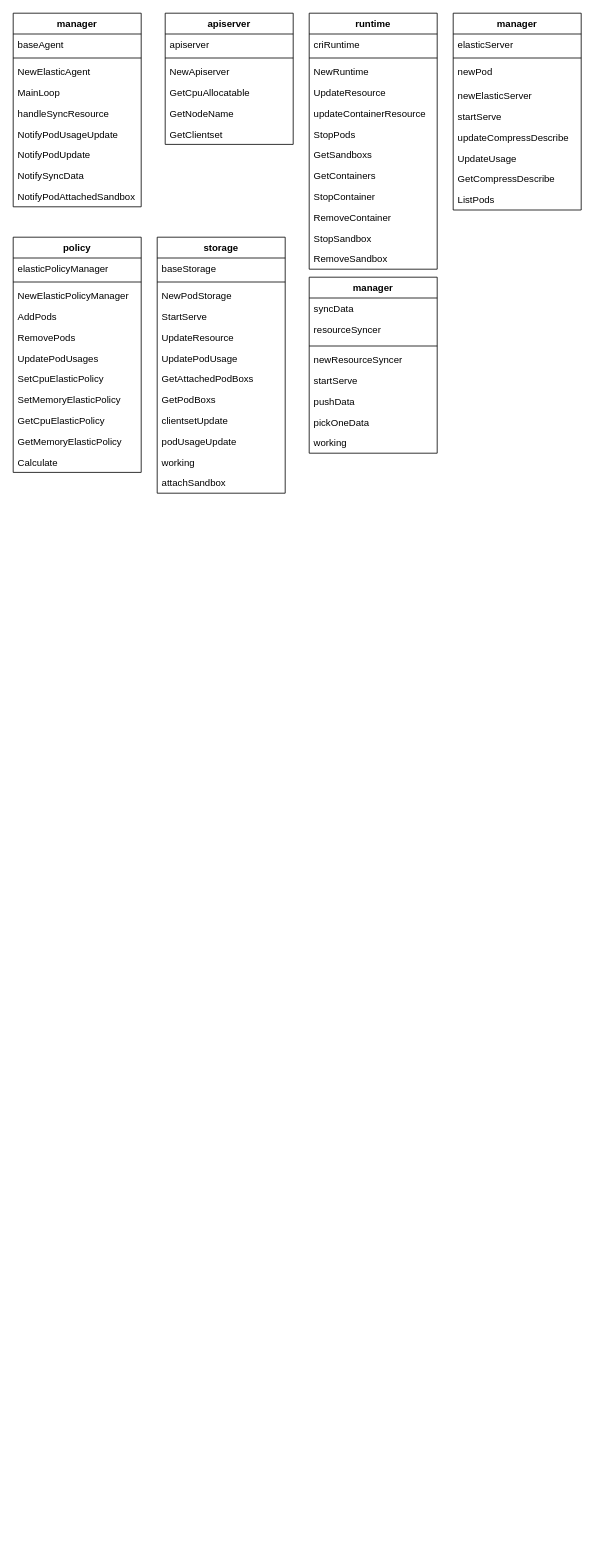
This is page "interface and class" (1 of 2) of Untitled Diagram.drawio from gaojunhao/diagrams, a draw.io file, before an edit. Source tidied: cells renumbered, new cells numbered last; positions are measured from the earlier drawing's top-left corner, leaving out a move shared by most shapes. Both pictures are drawn from the tidied source at 80%, with x=0, y=0 at pixel (13, 13).
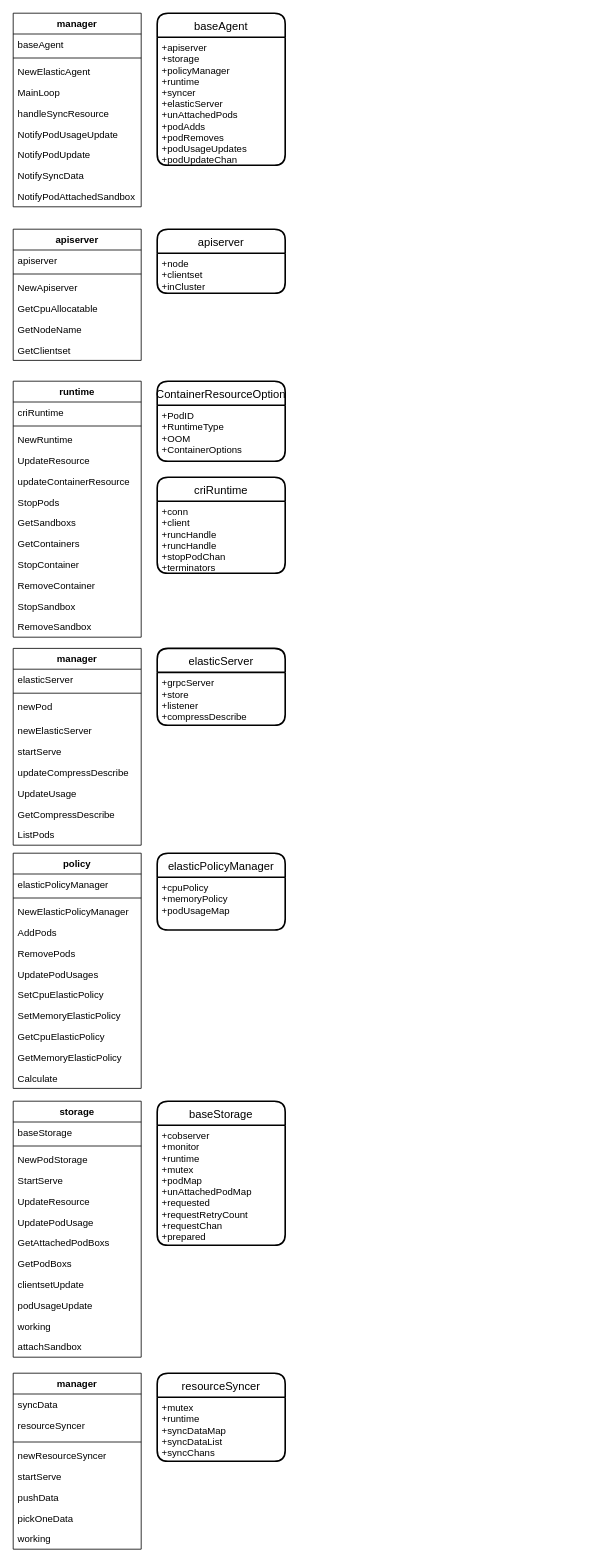
Above is the later version.

The edit, as a diff of the source:
```diff
@@
     <mxCell id="12" value="apiserver" style="swimlane;fontStyle=1;align=center;verticalAlign=top;horizontal=1;startSize=26;" parent="1" vertex="1">
-      <mxGeometry x="190" width="160" height="164" as="geometry" />
+      <mxGeometry y="270" width="160" height="164" as="geometry" />
     </mxCell>
@@
     <mxCell id="19" value="runtime" style="swimlane;fontStyle=1;align=center;verticalAlign=top;horizontal=1;startSize=26;" parent="1" vertex="1">
-      <mxGeometry x="370" width="160" height="320" as="geometry" />
+      <mxGeometry y="460" width="160" height="320" as="geometry" />
     </mxCell>
@@
     <mxCell id="32" value="policy" style="swimlane;fontStyle=1;align=center;verticalAlign=top;horizontal=1;startSize=26;" parent="1" vertex="1">
-      <mxGeometry y="280" width="160" height="294" as="geometry" />
+      <mxGeometry y="1050" width="160" height="294" as="geometry" />
     </mxCell>
@@
     <mxCell id="44" value="storage" style="swimlane;fontStyle=1;align=center;verticalAlign=top;horizontal=1;startSize=26;" parent="1" vertex="1">
-      <mxGeometry x="180" y="280" width="160" height="320" as="geometry" />
+      <mxGeometry y="1360" width="160" height="320" as="geometry" />
     </mxCell>
@@
     <mxCell id="57" value="manager" style="swimlane;fontStyle=1;align=center;verticalAlign=top;horizontal=1;startSize=26;" parent="1" vertex="1">
-      <mxGeometry x="550" width="160" height="246" as="geometry" />
+      <mxGeometry y="794" width="160" height="246" as="geometry" />
     </mxCell>
@@
     <mxCell id="67" value="manager" style="swimlane;fontStyle=1;align=center;verticalAlign=top;horizontal=1;startSize=26;" parent="1" vertex="1">
-      <mxGeometry x="370" y="330" width="160" height="220" as="geometry" />
+      <mxGeometry y="1700" width="160" height="220" as="geometry" />
     </mxCell>
@@
+    <mxCell id="76" value="baseAgent" style="swimlane;horizontal=1;startSize=30;rounded=1;fontSize=14;fontStyle=0;strokeWidth=2;shadow=0;dashed=0;align=center;" parent="1" vertex="1">
+      <mxGeometry x="180" width="160" height="190" as="geometry" />
+    </mxCell>
+    <mxCell id="77" value="+apiserver&#10;+storage&#10;+policyManager&#10;+runtime&#10;+syncer&#10;+elasticServer&#10;+unAttachedPods&#10;+podAdds&#10;+podRemoves&#10;+podUsageUpdates&#10;+podUpdateChan" style="align=left;strokeColor=none;fillColor=none;spacingLeft=4;fontSize=12;verticalAlign=top;" parent="76" vertex="1">
+      <mxGeometry y="30" width="160" height="160" as="geometry" />
+    </mxCell>
+    <mxCell id="78" value="apiserver" style="swimlane;horizontal=1;startSize=30;rounded=1;fontSize=14;fontStyle=0;strokeWidth=2;shadow=0;dashed=0;align=center;" parent="1" vertex="1">
+      <mxGeometry x="180" y="270" width="160" height="80" as="geometry" />
+    </mxCell>
+    <mxCell id="79" value="+node&#10;+clientset&#10;+inCluster" style="align=left;strokeColor=none;fillColor=none;spacingLeft=4;fontSize=12;verticalAlign=top;" parent="78" vertex="1">
+      <mxGeometry y="30" width="160" height="50" as="geometry" />
+    </mxCell>
+    <mxCell id="80" value="ContainerResourceOption" style="swimlane;horizontal=1;startSize=30;rounded=1;fontSize=14;fontStyle=0;strokeWidth=2;shadow=0;dashed=0;align=center;" parent="1" vertex="1">
+      <mxGeometry x="180" y="460" width="160" height="100" as="geometry" />
+    </mxCell>
+    <mxCell id="81" value="+PodID&#10;+RuntimeType&#10;+OOM&#10;+ContainerOptions" style="align=left;strokeColor=none;fillColor=none;spacingLeft=4;fontSize=12;verticalAlign=top;" parent="80" vertex="1">
+      <mxGeometry y="30" width="160" height="70" as="geometry" />
+    </mxCell>
+    <mxCell id="82" value="criRuntime" style="swimlane;horizontal=1;startSize=30;rounded=1;fontSize=14;fontStyle=0;strokeWidth=2;shadow=0;dashed=0;align=center;" parent="1" vertex="1">
+      <mxGeometry x="180" y="580" width="160" height="120" as="geometry" />
+    </mxCell>
+    <mxCell id="83" value="+conn&#10;+client&#10;+runcHandle&#10;+runcHandle&#10;+stopPodChan&#10;+terminators" style="align=left;strokeColor=none;fillColor=none;spacingLeft=4;fontSize=12;verticalAlign=top;" parent="82" vertex="1">
+      <mxGeometry y="30" width="160" height="90" as="geometry" />
+    </mxCell>
+    <mxCell id="84" value="elasticServer" style="swimlane;horizontal=1;startSize=30;rounded=1;fontSize=14;fontStyle=0;strokeWidth=2;shadow=0;dashed=0;align=center;" parent="1" vertex="1">
+      <mxGeometry x="180" y="794" width="160" height="96" as="geometry" />
+    </mxCell>
+    <mxCell id="85" value="+grpcServer&#10;+store&#10;+listener&#10;+compressDescribe" style="align=left;strokeColor=none;fillColor=none;spacingLeft=4;fontSize=12;verticalAlign=top;" parent="84" vertex="1">
+      <mxGeometry y="30" width="160" height="66" as="geometry" />
+    </mxCell>
+    <mxCell id="86" value="elasticPolicyManager" style="swimlane;horizontal=1;startSize=30;rounded=1;fontSize=14;fontStyle=0;strokeWidth=2;shadow=0;dashed=0;align=center;" parent="1" vertex="1">
+      <mxGeometry x="180" y="1050" width="160" height="96" as="geometry" />
+    </mxCell>
+    <mxCell id="87" value="+cpuPolicy&#10;+memoryPolicy&#10;+podUsageMap" style="align=left;strokeColor=none;fillColor=none;spacingLeft=4;fontSize=12;verticalAlign=top;" parent="86" vertex="1">
+      <mxGeometry y="30" width="160" height="66" as="geometry" />
+    </mxCell>
+    <mxCell id="88" value="baseStorage" style="swimlane;horizontal=1;startSize=30;rounded=1;fontSize=14;fontStyle=0;strokeWidth=2;shadow=0;dashed=0;align=center;" parent="1" vertex="1">
+      <mxGeometry x="180" y="1360" width="160" height="180" as="geometry" />
+    </mxCell>
+    <mxCell id="89" value="+cobserver&#10;+monitor&#10;+runtime&#10;+mutex&#10;+podMap&#10;+unAttachedPodMap&#10;+requested&#10;+requestRetryCount&#10;+requestChan&#10;+prepared" style="align=left;strokeColor=none;fillColor=none;spacingLeft=4;fontSize=12;verticalAlign=top;" parent="88" vertex="1">
+      <mxGeometry y="30" width="160" height="150" as="geometry" />
+    </mxCell>
+    <mxCell id="90" value="resourceSyncer" style="swimlane;horizontal=1;startSize=30;rounded=1;fontSize=14;fontStyle=0;strokeWidth=2;shadow=0;dashed=0;align=center;" parent="1" vertex="1">
+      <mxGeometry x="180" y="1700" width="160" height="110" as="geometry" />
+    </mxCell>
+    <mxCell id="91" value="+mutex&#10;+runtime&#10;+syncDataMap&#10;+syncDataList&#10;+syncChans" style="align=left;strokeColor=none;fillColor=none;spacingLeft=4;fontSize=12;verticalAlign=top;" parent="90" vertex="1">
+      <mxGeometry y="30" width="160" height="80" as="geometry" />
+    </mxCell>
```
